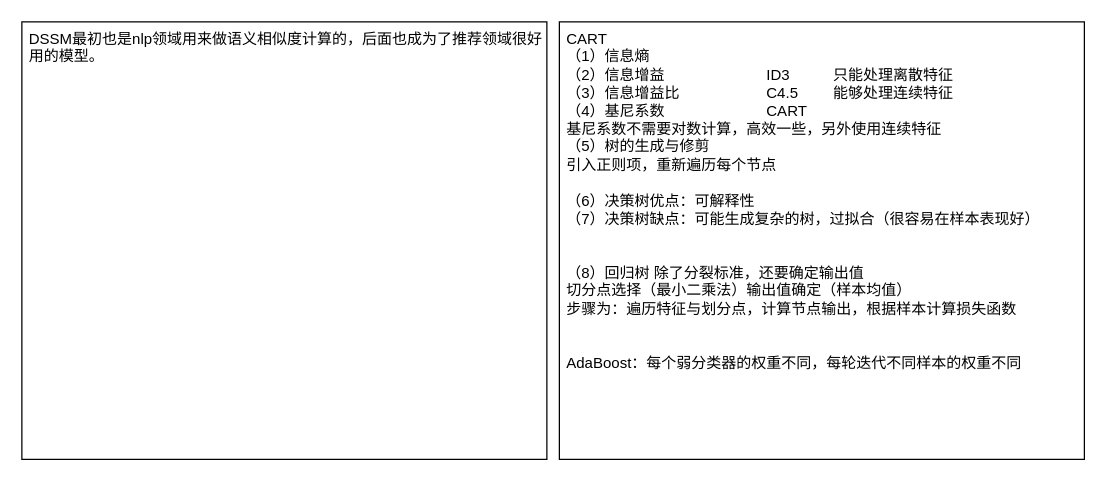
Before: 树模型.drawio in limpid-11/drawio, a draw.io diagram. Source tidied: cells renumbered, new cells numbered last; positions are measured from the earlier drawing's top-left corner, leaving out a move shared by most shapes. Both pictures are drawn from the tidied source at 125%, with x=0, y=0 at pixel (21, 21).
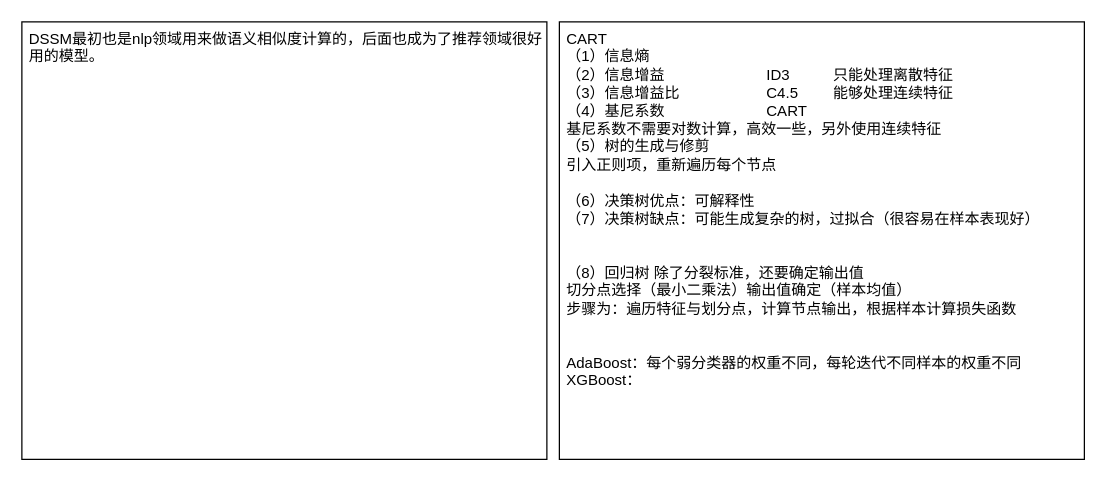
After the change.

Commit message:
更新树模型.drawio

Change to the diagram source:
```diff
@@
 <mxGraphModel>
   <root>
     <mxCell id="0" />
     <mxCell id="1" parent="0" />
-    <mxCell id="2" value="CART&lt;div&gt;（1）信息熵&lt;span style=&quot;white-space: pre;&quot;&gt;&#9;&lt;/span&gt;&lt;span style=&quot;white-space: pre;&quot;&gt;&#9;&lt;/span&gt;&lt;span style=&quot;white-space: pre;&quot;&gt;&#9;&lt;/span&gt;&lt;span style=&quot;white-space: pre;&quot;&gt;&#9;&lt;/span&gt;&lt;/div&gt;&lt;div&gt;（2）信息增益&lt;span style=&quot;white-space: pre;&quot;&gt;&#9;&lt;/span&gt;&lt;span style=&quot;white-space: pre;&quot;&gt;&#9;&lt;/span&gt;&lt;span style=&quot;white-space: pre;&quot;&gt;&#9;&lt;/span&gt;&lt;span style=&quot;background-color: initial;&quot;&gt;ID3 &lt;span style=&quot;white-space: pre;&quot;&gt;&#9;&lt;/span&gt;&lt;span style=&quot;white-space: pre;&quot;&gt;&#9;&lt;/span&gt;只能处理离散特征&lt;/span&gt;&lt;/div&gt;&lt;div&gt;（3）信息增益比&lt;span style=&quot;white-space: pre;&quot;&gt;&#9;&lt;/span&gt;&lt;span style=&quot;white-space: pre;&quot;&gt;&#9;&lt;/span&gt;&lt;span style=&quot;white-space: pre;&quot;&gt;&#9;&lt;/span&gt;C4.5&lt;span style=&quot;white-space: pre;&quot;&gt;&#9;&lt;/span&gt;能够处理连续特征&lt;/div&gt;&lt;div&gt;（4）基尼系数&lt;span style=&quot;white-space: pre;&quot;&gt;&#9;&lt;/span&gt;&lt;span style=&quot;white-space: pre;&quot;&gt;&#9;&lt;/span&gt;&lt;span style=&quot;white-space: pre;&quot;&gt;&#9;&lt;/span&gt;CART&lt;span style=&quot;white-space: pre;&quot;&gt;&#9;&lt;/span&gt;&lt;/div&gt;&lt;div&gt;基尼系数不需要对数计算，高效一些，另外使用连续特征&lt;/div&gt;&lt;div&gt;（5）树的生成与修剪&lt;/div&gt;&lt;div&gt;引入正则项，重新遍历每个节点&lt;/div&gt;&lt;div&gt;&lt;br&gt;&lt;/div&gt;&lt;div&gt;（6）决策树优点：可解释性&lt;/div&gt;&lt;div&gt;（7）决策树缺点：可能生成复杂的树，过拟合（很容易在样本表现好）&lt;/div&gt;&lt;div&gt;&lt;br&gt;&lt;/div&gt;&lt;div&gt;&lt;br&gt;&lt;/div&gt;&lt;div&gt;（8）回归树 除了分裂标准，还要确定输出值&lt;/div&gt;&lt;div&gt;切分点选择（最小二乘法）输出值确定（样本均值）&lt;/div&gt;&lt;div&gt;步骤为：遍历特征与划分点，计算节点输出，根据样本计算损失函数&lt;/div&gt;&lt;div&gt;&lt;br&gt;&lt;/div&gt;&lt;div&gt;&lt;br&gt;&lt;/div&gt;&lt;div&gt;AdaBoost：每个弱分类器的权重不同，每轮迭代不同样本的权重不同&lt;/div&gt;&lt;div&gt;&lt;br&gt;&lt;/div&gt;" style="rounded=0;whiteSpace=wrap;html=1;align=left;verticalAlign=top;spacingLeft=4;" parent="1" vertex="1">
+    <mxCell id="2" value="CART&lt;div&gt;（1）信息熵&lt;span style=&quot;white-space: pre;&quot;&gt;&#9;&lt;/span&gt;&lt;span style=&quot;white-space: pre;&quot;&gt;&#9;&lt;/span&gt;&lt;span style=&quot;white-space: pre;&quot;&gt;&#9;&lt;/span&gt;&lt;span style=&quot;white-space: pre;&quot;&gt;&#9;&lt;/span&gt;&lt;/div&gt;&lt;div&gt;（2）信息增益&lt;span style=&quot;white-space: pre;&quot;&gt;&#9;&lt;/span&gt;&lt;span style=&quot;white-space: pre;&quot;&gt;&#9;&lt;/span&gt;&lt;span style=&quot;white-space: pre;&quot;&gt;&#9;&lt;/span&gt;&lt;span style=&quot;background-color: initial;&quot;&gt;ID3 &lt;span style=&quot;white-space: pre;&quot;&gt;&#9;&lt;/span&gt;&lt;span style=&quot;white-space: pre;&quot;&gt;&#9;&lt;/span&gt;只能处理离散特征&lt;/span&gt;&lt;/div&gt;&lt;div&gt;（3）信息增益比&lt;span style=&quot;white-space: pre;&quot;&gt;&#9;&lt;/span&gt;&lt;span style=&quot;white-space: pre;&quot;&gt;&#9;&lt;/span&gt;&lt;span style=&quot;white-space: pre;&quot;&gt;&#9;&lt;/span&gt;C4.5&lt;span style=&quot;white-space: pre;&quot;&gt;&#9;&lt;/span&gt;能够处理连续特征&lt;/div&gt;&lt;div&gt;（4）基尼系数&lt;span style=&quot;white-space: pre;&quot;&gt;&#9;&lt;/span&gt;&lt;span style=&quot;white-space: pre;&quot;&gt;&#9;&lt;/span&gt;&lt;span style=&quot;white-space: pre;&quot;&gt;&#9;&lt;/span&gt;CART&lt;span style=&quot;white-space: pre;&quot;&gt;&#9;&lt;/span&gt;&lt;/div&gt;&lt;div&gt;基尼系数不需要对数计算，高效一些，另外使用连续特征&lt;/div&gt;&lt;div&gt;（5）树的生成与修剪&lt;/div&gt;&lt;div&gt;引入正则项，重新遍历每个节点&lt;/div&gt;&lt;div&gt;&lt;br&gt;&lt;/div&gt;&lt;div&gt;（6）决策树优点：可解释性&lt;/div&gt;&lt;div&gt;（7）决策树缺点：可能生成复杂的树，过拟合（很容易在样本表现好）&lt;/div&gt;&lt;div&gt;&lt;br&gt;&lt;/div&gt;&lt;div&gt;&lt;br&gt;&lt;/div&gt;&lt;div&gt;（8）回归树 除了分裂标准，还要确定输出值&lt;/div&gt;&lt;div&gt;切分点选择（最小二乘法）输出值确定（样本均值）&lt;/div&gt;&lt;div&gt;步骤为：遍历特征与划分点，计算节点输出，根据样本计算损失函数&lt;/div&gt;&lt;div&gt;&lt;br&gt;&lt;/div&gt;&lt;div&gt;&lt;br&gt;&lt;/div&gt;&lt;div&gt;AdaBoost：每个弱分类器的权重不同，每轮迭代不同样本的权重不同&lt;/div&gt;&lt;div&gt;XGBoost：&lt;/div&gt;&lt;div&gt;&lt;br&gt;&lt;/div&gt;" style="rounded=0;whiteSpace=wrap;html=1;align=left;verticalAlign=top;spacingLeft=4;" parent="1" vertex="1">
       <mxGeometry x="430" width="420" height="350" as="geometry" />
     </mxCell>
     <mxCell id="3" value="&lt;div&gt;DSSM最初也是nlp领域用来做语义相似度计算的，后面也成为了推荐领域很好用的模型。&lt;/div&gt;" style="rounded=0;whiteSpace=wrap;html=1;align=left;verticalAlign=top;spacingLeft=4;" parent="1" vertex="1">
       <mxGeometry width="420" height="350" as="geometry" />
     </mxCell>
   </root>
 </mxGraphModel>
```
